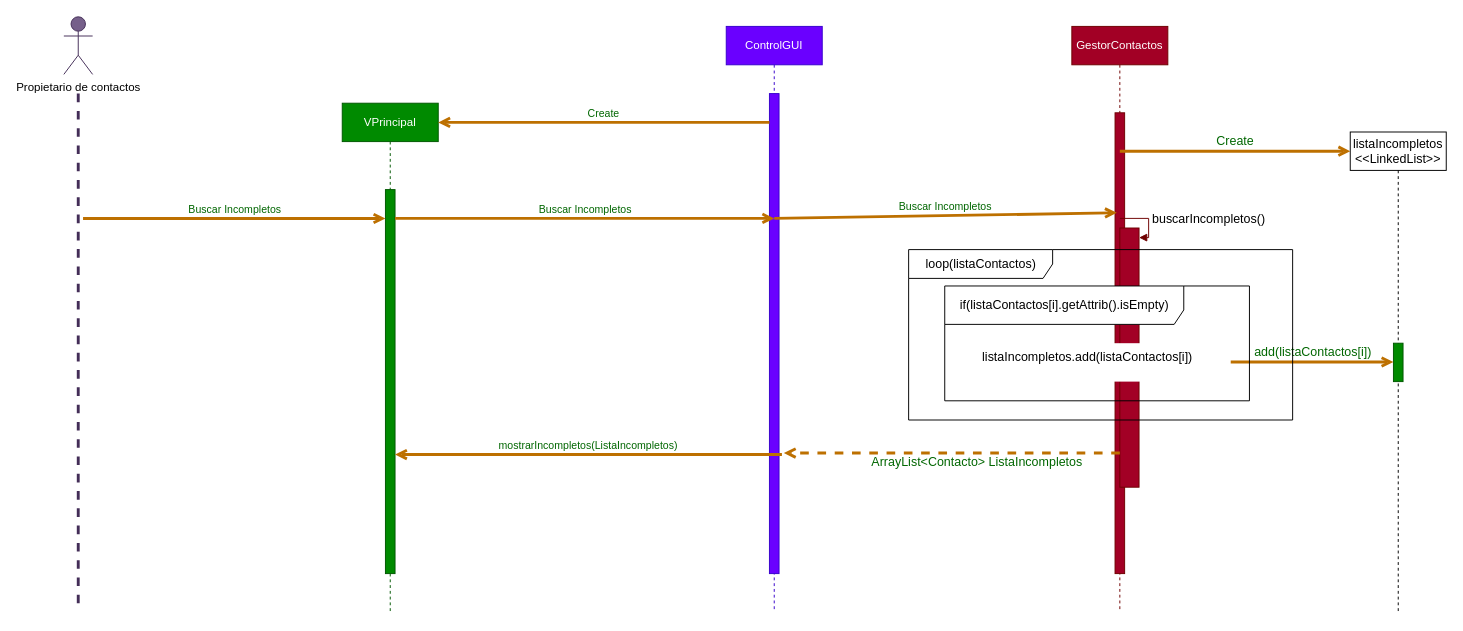
Earlier version of the draw.io diagram diagramas/diagramas de secuencia/secuenciaC2_BuscarIncompletos.drawio (JuanCarlosGarciaZepeda/SmartScheduler). Source tidied: cells renumbered, new cells numbered last; positions are measured from the earlier drawing's top-left corner, leaving out a move shared by most shapes. Both pictures are drawn from the tidied source at 96%, with x=0, y=0 at pixel (63, 16).
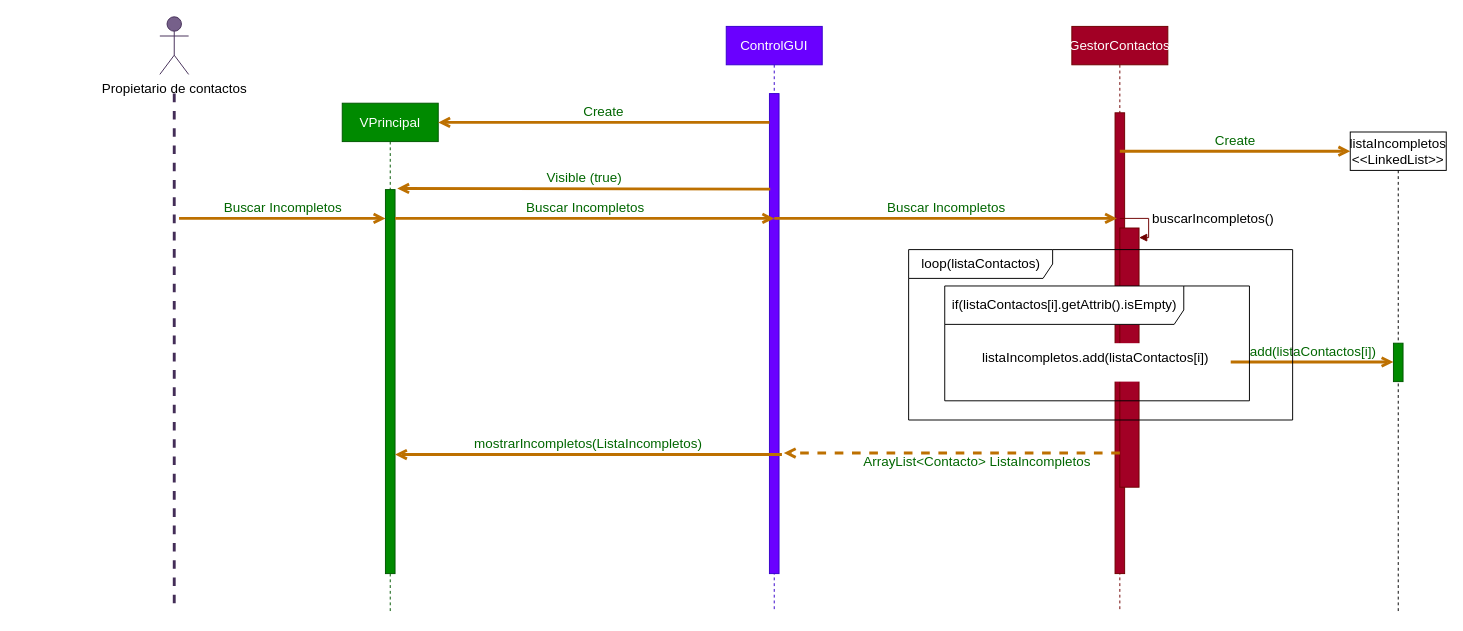
Above is the later version.

Change to the diagram source:
```diff
@@
-    <mxCell id="2" value="Propietario de contactos" style="shape=umlActor;verticalLabelPosition=bottom;verticalAlign=top;html=1;fillColor=#76608a;strokeColor=#432D57;fontColor=#000000;" parent="1" vertex="1">
-      <mxGeometry width="30" height="60" as="geometry" />
+    <mxCell id="2" value="Propietario de contactos" style="shape=umlActor;verticalLabelPosition=bottom;verticalAlign=top;html=1;fillColor=#76608a;strokeColor=#432D57;fontColor=#000000;fontSize=14;" parent="1" vertex="1">
+      <mxGeometry x="100" width="30" height="60" as="geometry" />
     </mxCell>
-    <mxCell id="3" style="endArrow=none;startArrow=none;endFill=0;startFill=0;endSize=8;html=1;verticalAlign=bottom;labelBackgroundColor=none;strokeWidth=3;fillColor=#76608a;strokeColor=#432D57;dashed=1;" parent="1" edge="1">
+    <mxCell id="3" style="endArrow=none;startArrow=none;endFill=0;startFill=0;endSize=8;html=1;verticalAlign=bottom;labelBackgroundColor=none;strokeWidth=3;fillColor=#76608a;strokeColor=#432D57;dashed=1;fontSize=14;" parent="1" edge="1">
       <mxGeometry relative="1" as="geometry">
-        <mxPoint x="15" y="80" as="sourcePoint" />
-        <mxPoint x="15" y="620" as="targetPoint" />
+        <mxPoint x="115" y="80" as="sourcePoint" />
+        <mxPoint x="115" y="620" as="targetPoint" />
       </mxGeometry>
     </mxCell>
-    <mxCell id="4" value="VPrincipal" style="shape=umlLifeline;perimeter=lifelinePerimeter;whiteSpace=wrap;html=1;fillColor=#008a00;strokeColor=#005700;fontColor=#ffffff;" parent="1" vertex="1">
+    <mxCell id="4" value="VPrincipal" style="shape=umlLifeline;perimeter=lifelinePerimeter;whiteSpace=wrap;html=1;fillColor=#008a00;strokeColor=#005700;fontColor=#ffffff;fontSize=14;" parent="1" vertex="1">
       <mxGeometry x="290" y="90" width="100" height="530" as="geometry" />
     </mxCell>
-    <mxCell id="5" style="html=1;points=[];perimeter=orthogonalPerimeter;fillColor=#008a00;strokeColor=#005700;fontColor=#ffffff;" parent="4" vertex="1">
+    <mxCell id="5" style="html=1;points=[];perimeter=orthogonalPerimeter;fillColor=#008a00;strokeColor=#005700;fontColor=#ffffff;fontSize=14;" parent="4" vertex="1">
       <mxGeometry x="45" y="90" width="10" height="400" as="geometry" />
     </mxCell>
-    <mxCell id="6" value="ControlGUI" style="shape=umlLifeline;perimeter=lifelinePerimeter;whiteSpace=wrap;html=1;strokeColor=#3700CC;fillColor=#6a00ff;fontColor=#ffffff;" parent="1" vertex="1">
+    <mxCell id="6" value="ControlGUI" style="shape=umlLifeline;perimeter=lifelinePerimeter;whiteSpace=wrap;html=1;strokeColor=#3700CC;fillColor=#6a00ff;fontColor=#ffffff;fontSize=14;" parent="1" vertex="1">
       <mxGeometry x="690" y="10" width="100" height="610" as="geometry" />
     </mxCell>
-    <mxCell id="7" style="html=1;points=[];perimeter=orthogonalPerimeter;fillColor=#6a00ff;strokeColor=#3700CC;fontColor=#ffffff;" parent="6" vertex="1">
+    <mxCell id="7" style="html=1;points=[];perimeter=orthogonalPerimeter;fillColor=#6a00ff;strokeColor=#3700CC;fontColor=#ffffff;fontSize=14;" parent="6" vertex="1">
       <mxGeometry x="45" y="70" width="10" height="500" as="geometry" />
     </mxCell>
-    <mxCell id="8" value="GestorContactos" style="shape=umlLifeline;perimeter=lifelinePerimeter;whiteSpace=wrap;html=1;fillColor=#a20025;strokeColor=#6F0000;fontColor=#ffffff;" parent="1" vertex="1">
+    <mxCell id="8" value="GestorContactos" style="shape=umlLifeline;perimeter=lifelinePerimeter;whiteSpace=wrap;html=1;fillColor=#a20025;strokeColor=#6F0000;fontColor=#ffffff;fontSize=14;" parent="1" vertex="1">
       <mxGeometry x="1050" y="10" width="100" height="610" as="geometry" />
     </mxCell>
-    <mxCell id="9" style="html=1;points=[];perimeter=orthogonalPerimeter;fillColor=#a20025;strokeColor=#6F0000;fontColor=#ffffff;" parent="8" vertex="1">
+    <mxCell id="9" style="html=1;points=[];perimeter=orthogonalPerimeter;fillColor=#a20025;strokeColor=#6F0000;fontColor=#ffffff;fontSize=14;" parent="8" vertex="1">
       <mxGeometry x="45" y="90" width="10" height="480" as="geometry" />
     </mxCell>
-    <mxCell id="10" value="Buscar Incompletos" style="html=1;verticalAlign=bottom;labelBackgroundColor=none;endArrow=open;endFill=0;fontColor=#006600;strokeWidth=3;fillColor=#f0a30a;strokeColor=#BD7000;" parent="1" edge="1" target="5">
+    <mxCell id="10" value="Buscar Incompletos" style="html=1;verticalAlign=bottom;labelBackgroundColor=none;endArrow=open;endFill=0;fontColor=#006600;strokeWidth=3;fillColor=#f0a30a;strokeColor=#BD7000;fontSize=14;" parent="1" edge="1" target="5">
       <mxGeometry relative="1" as="geometry">
-        <mxPoint x="20" y="210.1" as="sourcePoint" />
+        <mxPoint x="120" y="210" as="sourcePoint" />
       </mxGeometry>
     </mxCell>
-    <mxCell id="11" value="Buscar Incompletos" style="html=1;verticalAlign=bottom;labelBackgroundColor=none;endArrow=open;endFill=0;fontColor=#006600;strokeWidth=3;fillColor=#f0a30a;strokeColor=#BD7000;" parent="1" edge="1" source="5">
+    <mxCell id="11" value="Buscar Incompletos" style="html=1;verticalAlign=bottom;labelBackgroundColor=none;endArrow=open;endFill=0;fontColor=#006600;strokeWidth=3;fillColor=#f0a30a;strokeColor=#BD7000;fontSize=14;" parent="1" edge="1" source="5">
       <mxGeometry relative="1" as="geometry">
         <mxPoint x="740" y="210" as="targetPoint" />
         <Array as="points">
           <mxPoint x="610" y="210" />
         </Array>
       </mxGeometry>
     </mxCell>
-    <mxCell id="12" value="Create" style="html=1;verticalAlign=bottom;labelBackgroundColor=none;endArrow=open;endFill=0;fontColor=#006600;strokeWidth=3;fillColor=#f0a30a;strokeColor=#BD7000;" parent="1" edge="1" source="7">
+    <mxCell id="12" value="Create" style="html=1;verticalAlign=bottom;labelBackgroundColor=none;endArrow=open;endFill=0;fontColor=#006600;strokeWidth=3;fillColor=#f0a30a;strokeColor=#BD7000;fontSize=14;" parent="1" edge="1" source="7">
       <mxGeometry relative="1" as="geometry">
         <mxPoint x="390" y="110" as="targetPoint" />
       </mxGeometry>
     </mxCell>
-    <mxCell id="13" value="Buscar Incompletos" style="html=1;verticalAlign=bottom;labelBackgroundColor=none;endArrow=open;endFill=0;fontColor=#006600;strokeWidth=3;fillColor=#f0a30a;strokeColor=#BD7000;entryX=0.188;entryY=0.217;entryDx=0;entryDy=0;entryPerimeter=0;" parent="1" edge="1" target="9">
+    <mxCell id="13" value="Buscar Incompletos" style="html=1;verticalAlign=bottom;labelBackgroundColor=none;endArrow=open;endFill=0;fontColor=#006600;strokeWidth=3;fillColor=#f0a30a;strokeColor=#BD7000;fontSize=14;" parent="1" edge="1">
       <mxGeometry relative="1" as="geometry">
         <mxPoint x="740" y="210" as="sourcePoint" />
+        <mxPoint x="1097" y="210" as="targetPoint" />
       </mxGeometry>
     </mxCell>
-    <mxCell id="14" value="mostrarIncompletos(ListaIncompletos)" style="html=1;verticalAlign=bottom;labelBackgroundColor=none;endArrow=open;endFill=0;fontColor=#006600;strokeWidth=3;fillColor=#f0a30a;strokeColor=#BD7000;exitX=1.3;exitY=0.752;exitDx=0;exitDy=0;exitPerimeter=0;" parent="1" edge="1" source="7" target="5">
+    <mxCell id="14" value="mostrarIncompletos(ListaIncompletos)" style="html=1;verticalAlign=bottom;labelBackgroundColor=none;endArrow=open;endFill=0;fontColor=#006600;strokeWidth=3;fillColor=#f0a30a;strokeColor=#BD7000;exitX=1.3;exitY=0.752;exitDx=0;exitDy=0;exitPerimeter=0;fontSize=14;" parent="1" edge="1" source="7" target="5">
       <mxGeometry relative="1" as="geometry" />
     </mxCell>
-    <mxCell id="15" style="html=1;perimeter=orthogonalPerimeter;fillColor=#a20025;strokeColor=#6F0000;shadow=0;fontColor=#ffffff;labelBackgroundColor=#ffffff;fontSize=13;" parent="1" vertex="1">
+    <mxCell id="15" style="html=1;perimeter=orthogonalPerimeter;fillColor=#a20025;strokeColor=#6F0000;shadow=0;fontColor=#ffffff;labelBackgroundColor=#ffffff;fontSize=14;" parent="1" vertex="1">
       <mxGeometry x="1100" y="220" width="20" height="270" as="geometry" />
     </mxCell>
-    <mxCell id="16" value="buscarIncompletos()" style="edgeStyle=orthogonalEdgeStyle;html=1;align=left;spacingLeft=2;endArrow=block;rounded=0;entryX=1;entryY=0;fillColor=#a20025;strokeColor=#6F0000;shadow=0;fontColor=#000000;labelBackgroundColor=#ffffff;fontSize=13;" parent="1" edge="1">
+    <mxCell id="16" value="buscarIncompletos()" style="edgeStyle=orthogonalEdgeStyle;html=1;align=left;spacingLeft=2;endArrow=block;rounded=0;entryX=1;entryY=0;fillColor=#a20025;strokeColor=#6F0000;shadow=0;fontColor=#000000;labelBackgroundColor=#ffffff;fontSize=14;" parent="1" edge="1">
       <mxGeometry relative="1" as="geometry">
         <mxPoint x="1100" y="210" as="sourcePoint" />
         <mxPoint x="1120" y="230" as="targetPoint" />
         <Array as="points">
           <mxPoint x="1130" y="210" />
         </Array>
       </mxGeometry>
     </mxCell>
-    <mxCell id="17" value="listaIncompletos.add(listaContactos[i])" style="text;fillColor=#FFFFFF;fontColor=#000000;fontSize=13;" parent="1" vertex="1">
+    <mxCell id="17" value="listaIncompletos.add(listaContactos[i])" style="text;fillColor=#FFFFFF;fontColor=#000000;fontSize=14;" parent="1" vertex="1">
       <mxGeometry x="955" y="340" width="250" height="40" as="geometry" />
     </mxCell>
-    <mxCell id="18" value="listaIncompletos&lt;br style=&quot;font-size: 13px&quot;&gt;&amp;lt;&amp;lt;LinkedList&amp;gt;&amp;gt;" style="shape=umlLifeline;perimeter=lifelinePerimeter;whiteSpace=wrap;html=1;fontColor=#000000;strokeColor=#000000;fillColor=#FFFFFF;fontSize=13;" parent="1" vertex="1">
+    <mxCell id="18" value="listaIncompletos&lt;br style=&quot;font-size: 14px;&quot;&gt;&amp;lt;&amp;lt;LinkedList&amp;gt;&amp;gt;" style="shape=umlLifeline;perimeter=lifelinePerimeter;whiteSpace=wrap;html=1;fontColor=#000000;strokeColor=#000000;fillColor=#FFFFFF;fontSize=14;" parent="1" vertex="1">
       <mxGeometry x="1340" y="120" width="100" height="500" as="geometry" />
     </mxCell>
-    <mxCell id="19" value="Create" style="html=1;verticalAlign=bottom;labelBackgroundColor=none;endArrow=open;endFill=0;fontColor=#006600;strokeWidth=3;fillColor=#f0a30a;strokeColor=#BD7000;fontSize=13;" parent="1" edge="1">
+    <mxCell id="19" value="Create" style="html=1;verticalAlign=bottom;labelBackgroundColor=none;endArrow=open;endFill=0;fontColor=#006600;strokeWidth=3;fillColor=#f0a30a;strokeColor=#BD7000;fontSize=14;" parent="1" edge="1">
       <mxGeometry relative="1" as="geometry">
         <mxPoint x="1100" y="140" as="sourcePoint" />
         <mxPoint x="1340" y="140" as="targetPoint" />
       </mxGeometry>
     </mxCell>
-    <mxCell id="20" style="html=1;perimeter=orthogonalPerimeter;fillColor=#008a00;strokeColor=#005700;shadow=0;fontColor=#ffffff;labelBackgroundColor=#ffffff;fontSize=13;" parent="1" vertex="1">
+    <mxCell id="20" style="html=1;perimeter=orthogonalPerimeter;fillColor=#008a00;strokeColor=#005700;shadow=0;fontColor=#ffffff;labelBackgroundColor=#ffffff;fontSize=14;" parent="1" vertex="1">
       <mxGeometry x="1385" y="340" width="10" height="40" as="geometry" />
     </mxCell>
-    <mxCell id="21" value="add(listaContactos[i])" style="html=1;verticalAlign=bottom;labelBackgroundColor=none;endArrow=open;endFill=0;fontColor=#006600;strokeWidth=3;fillColor=#f0a30a;strokeColor=#BD7000;fontSize=13;" parent="1" edge="1">
+    <mxCell id="21" value="add(listaContactos[i])" style="html=1;verticalAlign=bottom;labelBackgroundColor=none;endArrow=open;endFill=0;fontColor=#006600;strokeWidth=3;fillColor=#f0a30a;strokeColor=#BD7000;fontSize=14;" parent="1" edge="1">
       <mxGeometry relative="1" as="geometry">
         <mxPoint x="1215.5" y="359.6" as="sourcePoint" />
         <mxPoint x="1385" y="359.6" as="targetPoint" />
       </mxGeometry>
     </mxCell>
-    <mxCell id="22" value="ArrayList&amp;lt;Contacto&amp;gt; ListaIncompletos" style="html=1;verticalAlign=bottom;labelBackgroundColor=none;endArrow=open;endFill=0;fontColor=#006600;strokeWidth=3;fillColor=#f0a30a;strokeColor=#BD7000;dashed=1;fontSize=13;" parent="1" edge="1">
+    <mxCell id="22" value="ArrayList&amp;lt;Contacto&amp;gt; ListaIncompletos" style="html=1;verticalAlign=bottom;labelBackgroundColor=none;endArrow=open;endFill=0;fontColor=#006600;strokeWidth=3;fillColor=#f0a30a;strokeColor=#BD7000;dashed=1;fontSize=14;" parent="1" edge="1">
       <mxGeometry x="-0.15" y="20" relative="1" as="geometry">
         <mxPoint x="1100" y="454.4" as="sourcePoint" />
         <mxPoint x="750" y="454.4" as="targetPoint" />
         <Array as="points">
           <mxPoint x="870.5" y="454.4" />
         </Array>
       </mxGeometry>
     </mxCell>
-    <mxCell id="23" value="loop(listaContactos)" style="shape=umlFrame;tabPosition=left;html=1;boundedLbl=1;labelInHeader=1;width=150;height=30;perimeterSpacing=1;strokeColor=#000000;fontSize=13;" parent="1" vertex="1">
+    <mxCell id="23" value="loop(listaContactos)" style="shape=umlFrame;tabPosition=left;html=1;boundedLbl=1;labelInHeader=1;width=150;height=30;perimeterSpacing=1;strokeColor=#000000;fontSize=14;" parent="1" vertex="1">
       <mxGeometry x="880" y="242.5" width="400" height="177.5" as="geometry" />
     </mxCell>
-    <mxCell id="24" value="if(listaContactos[i].getAttrib().isEmpty)" style="shape=umlFrame;tabPosition=left;html=1;boundedLbl=1;labelInHeader=1;width=249;height=40;fontColor=#000000;fillColor=#FFFFFF;strokeColor=#000000;fontSize=13;" parent="1" vertex="1">
+    <mxCell id="24" value="if(listaContactos[i].getAttrib().isEmpty)" style="shape=umlFrame;tabPosition=left;html=1;boundedLbl=1;labelInHeader=1;width=249;height=40;fontColor=#000000;fillColor=#FFFFFF;strokeColor=#000000;fontSize=14;" parent="1" vertex="1">
       <mxGeometry x="917.6" y="280.4" width="317.4" height="119.6" as="geometry" />
     </mxCell>
+    <mxCell id="25" value="Visible (true)" style="html=1;verticalAlign=bottom;labelBackgroundColor=none;endArrow=open;endFill=0;fontColor=#006600;strokeWidth=3;fillColor=#f0a30a;strokeColor=#BD7000;exitX=0.086;exitY=0.199;exitDx=0;exitDy=0;exitPerimeter=0;entryX=1.229;entryY=-0.003;entryDx=0;entryDy=0;entryPerimeter=0;fontSize=14;" parent="1" edge="1" source="7" target="5">
+      <mxGeometry relative="1" as="geometry" />
+    </mxCell>
```
